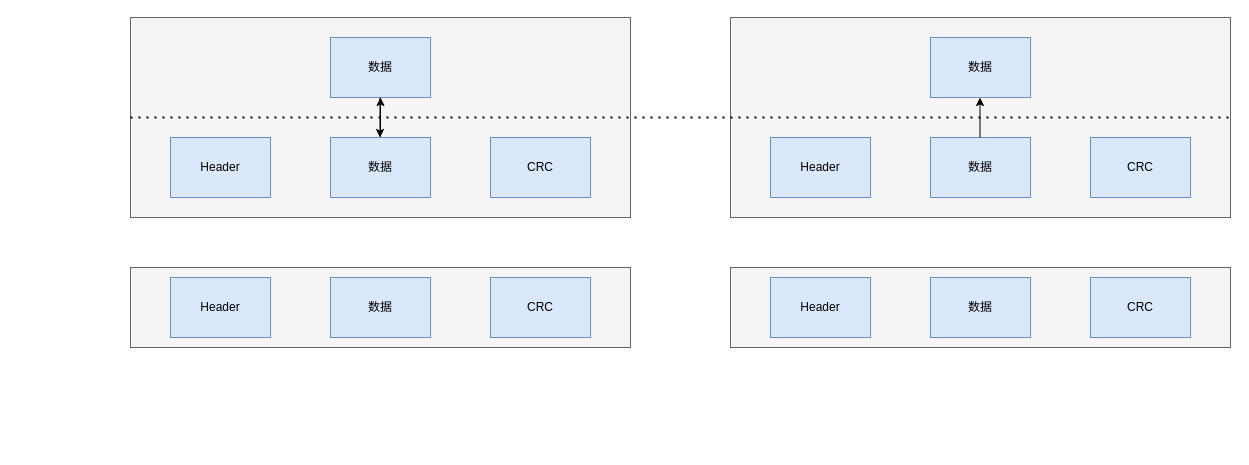
pedant235/draw keeps this draw.io diagram as 未命名绘图.drawio. Above is the earlier version. Source tidied: cells renumbered, new cells numbered last; positions are measured from the earlier drawing's top-left corner, leaving out a move shared by most shapes. Both pictures are drawn from the tidied source at 100%, with x=0, y=0 at pixel (130, 17).
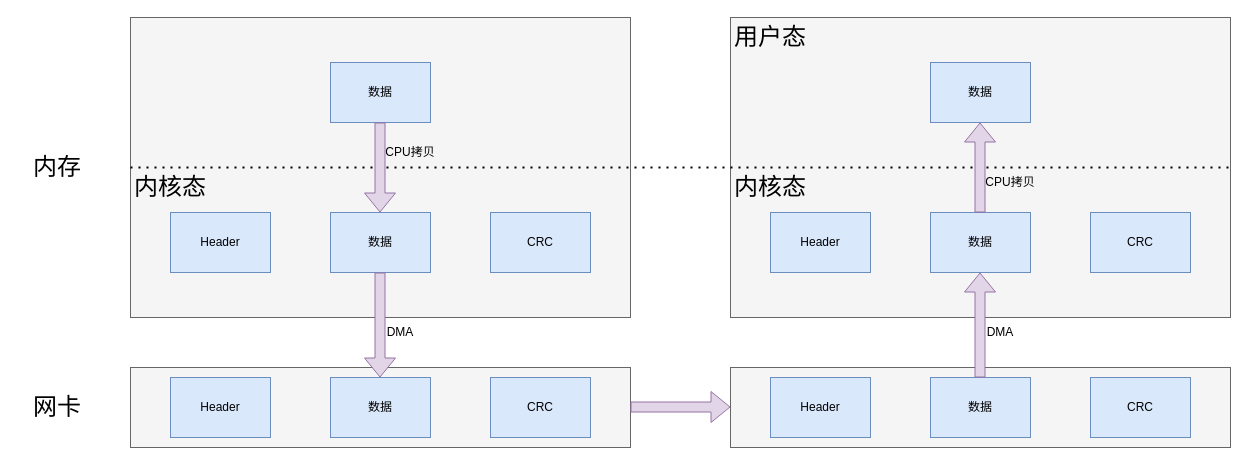
After the change.

Commit message:
以太网通信.drawio

Diff of the diagram source:
```diff
@@
     <mxCell id="2" style="rounded=0;whiteSpace=wrap;html=1;fillColor=#f5f5f5;fontColor=#333333;strokeColor=#666666;" parent="1" vertex="1">
-      <mxGeometry width="500" height="200" as="geometry" />
+      <mxGeometry width="500" height="300" as="geometry" />
     </mxCell>
     <mxCell id="3" style="rounded=0;whiteSpace=wrap;html=1;fillColor=#f5f5f5;fontColor=#333333;strokeColor=#666666;" parent="1" vertex="1">
-      <mxGeometry x="600" width="500" height="200" as="geometry" />
+      <mxGeometry x="600" width="500" height="300" as="geometry" />
     </mxCell>
     <mxCell id="4" style="endArrow=none;dashed=1;html=1;dashPattern=1 3;strokeWidth=2;rounded=0;" parent="1" edge="1">
       <mxGeometry relative="1" as="geometry">
-        <mxPoint y="100" as="sourcePoint" />
-        <mxPoint x="1100" y="100" as="targetPoint" />
+        <mxPoint y="150" as="sourcePoint" />
+        <mxPoint x="1100" y="150" as="targetPoint" />
       </mxGeometry>
     </mxCell>
     <mxCell id="5" value="数据" style="rounded=0;whiteSpace=wrap;html=1;fillColor=#dae8fc;strokeColor=#6c8ebf;" parent="1" vertex="1">
-      <mxGeometry x="200" y="20" width="100" height="60" as="geometry" />
+      <mxGeometry x="200" y="45" width="100" height="60" as="geometry" />
     </mxCell>
-    <mxCell id="6" style="edgeStyle=orthogonalEdgeStyle;rounded=0;jettySize=auto;html=1;" parent="1" edge="1" source="7" target="5">
-      <mxGeometry relative="1" as="geometry" />
-    </mxCell>
     <mxCell id="7" value="数据" style="rounded=0;whiteSpace=wrap;html=1;fillColor=#dae8fc;strokeColor=#6c8ebf;" parent="1" vertex="1">
-      <mxGeometry x="200" y="120" width="100" height="60" as="geometry" />
+      <mxGeometry x="200" y="195" width="100" height="60" as="geometry" />
     </mxCell>
     <mxCell id="8" style="rounded=0;whiteSpace=wrap;html=1;fillColor=#f5f5f5;fontColor=#333333;strokeColor=#666666;" parent="1" vertex="1">
-      <mxGeometry x="600" y="250" width="500" height="80" as="geometry" />
+      <mxGeometry x="600" y="350" width="500" height="80" as="geometry" />
     </mxCell>
     <mxCell id="9" style="rounded=0;whiteSpace=wrap;html=1;fillColor=#f5f5f5;fontColor=#333333;strokeColor=#666666;" parent="1" vertex="1">
-      <mxGeometry y="250" width="500" height="80" as="geometry" />
+      <mxGeometry y="350" width="500" height="80" as="geometry" />
     </mxCell>
     <mxCell id="10" value="CRC" style="rounded=0;whiteSpace=wrap;html=1;fillColor=#dae8fc;strokeColor=#6c8ebf;" parent="1" vertex="1">
-      <mxGeometry x="360" y="120" width="100" height="60" as="geometry" />
+      <mxGeometry x="360" y="195" width="100" height="60" as="geometry" />
     </mxCell>
     <mxCell id="11" value="Header" style="rounded=0;whiteSpace=wrap;html=1;fillColor=#dae8fc;strokeColor=#6c8ebf;" parent="1" vertex="1">
-      <mxGeometry x="40" y="120" width="100" height="60" as="geometry" />
+      <mxGeometry x="40" y="195" width="100" height="60" as="geometry" />
     </mxCell>
     <mxCell id="12" value="数据" style="rounded=0;whiteSpace=wrap;html=1;fillColor=#dae8fc;strokeColor=#6c8ebf;" parent="1" vertex="1">
-      <mxGeometry x="200" y="260" width="100" height="60" as="geometry" />
+      <mxGeometry x="200" y="360" width="100" height="60" as="geometry" />
     </mxCell>
     <mxCell id="13" value="CRC" style="rounded=0;whiteSpace=wrap;html=1;fillColor=#dae8fc;strokeColor=#6c8ebf;" parent="1" vertex="1">
-      <mxGeometry x="360" y="260" width="100" height="60" as="geometry" />
+      <mxGeometry x="360" y="360" width="100" height="60" as="geometry" />
     </mxCell>
     <mxCell id="14" value="Header" style="rounded=0;whiteSpace=wrap;html=1;fillColor=#dae8fc;strokeColor=#6c8ebf;" parent="1" vertex="1">
-      <mxGeometry x="40" y="260" width="100" height="60" as="geometry" />
+      <mxGeometry x="40" y="360" width="100" height="60" as="geometry" />
     </mxCell>
     <mxCell id="15" value="数据" style="rounded=0;whiteSpace=wrap;html=1;fillColor=#dae8fc;strokeColor=#6c8ebf;" parent="1" vertex="1">
-      <mxGeometry x="800" y="260" width="100" height="60" as="geometry" />
+      <mxGeometry x="800" y="360" width="100" height="60" as="geometry" />
     </mxCell>
     <mxCell id="16" value="CRC" style="rounded=0;whiteSpace=wrap;html=1;fillColor=#dae8fc;strokeColor=#6c8ebf;" parent="1" vertex="1">
-      <mxGeometry x="960" y="260" width="100" height="60" as="geometry" />
+      <mxGeometry x="960" y="360" width="100" height="60" as="geometry" />
     </mxCell>
     <mxCell id="17" value="Header" style="rounded=0;whiteSpace=wrap;html=1;fillColor=#dae8fc;strokeColor=#6c8ebf;" parent="1" vertex="1">
-      <mxGeometry x="640" y="260" width="100" height="60" as="geometry" />
+      <mxGeometry x="640" y="360" width="100" height="60" as="geometry" />
     </mxCell>
     <mxCell id="18" value="数据" style="rounded=0;whiteSpace=wrap;html=1;fillColor=#dae8fc;strokeColor=#6c8ebf;" parent="1" vertex="1">
-      <mxGeometry x="800" y="20" width="100" height="60" as="geometry" />
+      <mxGeometry x="800" y="45" width="100" height="60" as="geometry" />
     </mxCell>
+    <mxCell id="22" style="endArrow=classic;html=1;rounded=0;fillColor=#e1d5e7;strokeColor=#9673a6;fontStyle=1;shape=flexArrow;" parent="1" edge="1">
+      <mxGeometry relative="1" as="geometry">
+        <mxPoint x="249.5" y="105" as="sourcePoint" />
+        <mxPoint x="249.5" y="195" as="targetPoint" />
+      </mxGeometry>
+    </mxCell>
     <mxCell id="19" value="数据" style="rounded=0;whiteSpace=wrap;html=1;fillColor=#dae8fc;strokeColor=#6c8ebf;" parent="1" vertex="1">
-      <mxGeometry x="800" y="120" width="100" height="60" as="geometry" />
+      <mxGeometry x="800" y="195" width="100" height="60" as="geometry" />
     </mxCell>
     <mxCell id="20" value="CRC" style="rounded=0;whiteSpace=wrap;html=1;fillColor=#dae8fc;strokeColor=#6c8ebf;" parent="1" vertex="1">
-      <mxGeometry x="960" y="120" width="100" height="60" as="geometry" />
+      <mxGeometry x="960" y="195" width="100" height="60" as="geometry" />
     </mxCell>
     <mxCell id="21" value="Header" style="rounded=0;whiteSpace=wrap;html=1;fillColor=#dae8fc;strokeColor=#6c8ebf;" parent="1" vertex="1">
-      <mxGeometry x="640" y="120" width="100" height="60" as="geometry" />
+      <mxGeometry x="640" y="195" width="100" height="60" as="geometry" />
     </mxCell>
-    <mxCell id="22" style="endArrow=classic;html=1;rounded=0;" parent="1" edge="1">
-      <mxGeometry relative="1" as="geometry">
-        <mxPoint x="249.5" y="80" as="sourcePoint" />
-        <mxPoint x="249.5" y="120" as="targetPoint" />
-      </mxGeometry>
-    </mxCell>
-    <mxCell id="23" style="endArrow=classic;html=1;rounded=0;" parent="1" edge="1">
-      <mxGeometry relative="1" as="geometry">
-        <mxPoint x="849.5" y="120" as="sourcePoint" />
-        <mxPoint x="849.5" y="80" as="targetPoint" />
-      </mxGeometry>
-    </mxCell>
+    <mxCell id="24" style="endArrow=classic;html=1;rounded=0;fillColor=#e1d5e7;strokeColor=#9673a6;fontStyle=1;shape=flexArrow;" parent="1" edge="1">
+      <mxGeometry relative="1" as="geometry">
+        <mxPoint x="249.5" y="255" as="sourcePoint" />
+        <mxPoint x="249.5" y="360" as="targetPoint" />
+      </mxGeometry>
+    </mxCell>
+    <mxCell id="25" style="endArrow=classic;html=1;rounded=0;fillColor=#e1d5e7;strokeColor=#9673a6;shape=flexArrow;" parent="1" edge="1">
+      <mxGeometry relative="1" as="geometry">
+        <mxPoint x="849.5" y="195" as="sourcePoint" />
+        <mxPoint x="849.5" y="105" as="targetPoint" />
+      </mxGeometry>
+    </mxCell>
+    <mxCell id="26" style="endArrow=classic;html=1;rounded=0;fillColor=#e1d5e7;strokeColor=#9673a6;shape=flexArrow;" parent="1" edge="1">
+      <mxGeometry relative="1" as="geometry">
+        <mxPoint x="849.5" y="360" as="sourcePoint" />
+        <mxPoint x="849.5" y="255" as="targetPoint" />
+      </mxGeometry>
+    </mxCell>
+    <mxCell id="27" value="CPU拷贝" style="text;html=1;strokeColor=none;fillColor=none;align=center;verticalAlign=middle;whiteSpace=wrap;rounded=0;" parent="1" vertex="1">
+      <mxGeometry x="250" y="120" width="60" height="30" as="geometry" />
+    </mxCell>
+    <mxCell id="28" value="DMA" style="text;html=1;strokeColor=none;fillColor=none;align=center;verticalAlign=middle;whiteSpace=wrap;rounded=0;" parent="1" vertex="1">
+      <mxGeometry x="240" y="300" width="60" height="30" as="geometry" />
+    </mxCell>
+    <mxCell id="29" value="CPU拷贝" style="text;html=1;strokeColor=none;fillColor=none;align=center;verticalAlign=middle;whiteSpace=wrap;rounded=0;" parent="1" vertex="1">
+      <mxGeometry x="850" y="150" width="60" height="30" as="geometry" />
+    </mxCell>
+    <mxCell id="30" value="DMA" style="text;html=1;strokeColor=none;fillColor=none;align=center;verticalAlign=middle;whiteSpace=wrap;rounded=0;" parent="1" vertex="1">
+      <mxGeometry x="840" y="300" width="60" height="30" as="geometry" />
+    </mxCell>
+    <mxCell id="31" style="endArrow=classic;html=1;rounded=0;fillColor=#e1d5e7;strokeColor=#9673a6;fontStyle=1;shape=flexArrow;" parent="1" edge="1">
+      <mxGeometry relative="1" as="geometry">
+        <mxPoint x="500" y="389.5" as="sourcePoint" />
+        <mxPoint x="600" y="389.5" as="targetPoint" />
+      </mxGeometry>
+    </mxCell>
+    <mxCell id="32" value="内存" style="text;html=1;strokeColor=none;fillColor=none;align=center;verticalAlign=middle;whiteSpace=wrap;rounded=0;fontSize=24;" parent="1" vertex="1">
+      <mxGeometry x="-113" y="130" width="80" height="40" as="geometry" />
+    </mxCell>
+    <mxCell id="33" value="用户态" style="text;html=1;strokeColor=none;fillColor=none;align=center;verticalAlign=middle;whiteSpace=wrap;rounded=0;fontSize=24;" parent="1" vertex="1">
+      <mxGeometry x="600" width="80" height="40" as="geometry" />
+    </mxCell>
+    <mxCell id="34" value="内核态" style="text;html=1;strokeColor=none;fillColor=none;align=center;verticalAlign=middle;whiteSpace=wrap;rounded=0;fontSize=24;" parent="1" vertex="1">
+      <mxGeometry y="150" width="80" height="40" as="geometry" />
+    </mxCell>
+    <mxCell id="35" value="内核态" style="text;html=1;strokeColor=none;fillColor=none;align=center;verticalAlign=middle;whiteSpace=wrap;rounded=0;fontSize=24;" parent="1" vertex="1">
+      <mxGeometry x="600" y="150" width="80" height="40" as="geometry" />
+    </mxCell>
+    <mxCell id="36" value="网卡" style="text;html=1;strokeColor=none;fillColor=none;align=center;verticalAlign=middle;whiteSpace=wrap;rounded=0;fontSize=24;" parent="1" vertex="1">
+      <mxGeometry x="-113" y="370" width="80" height="40" as="geometry" />
+    </mxCell>
```
